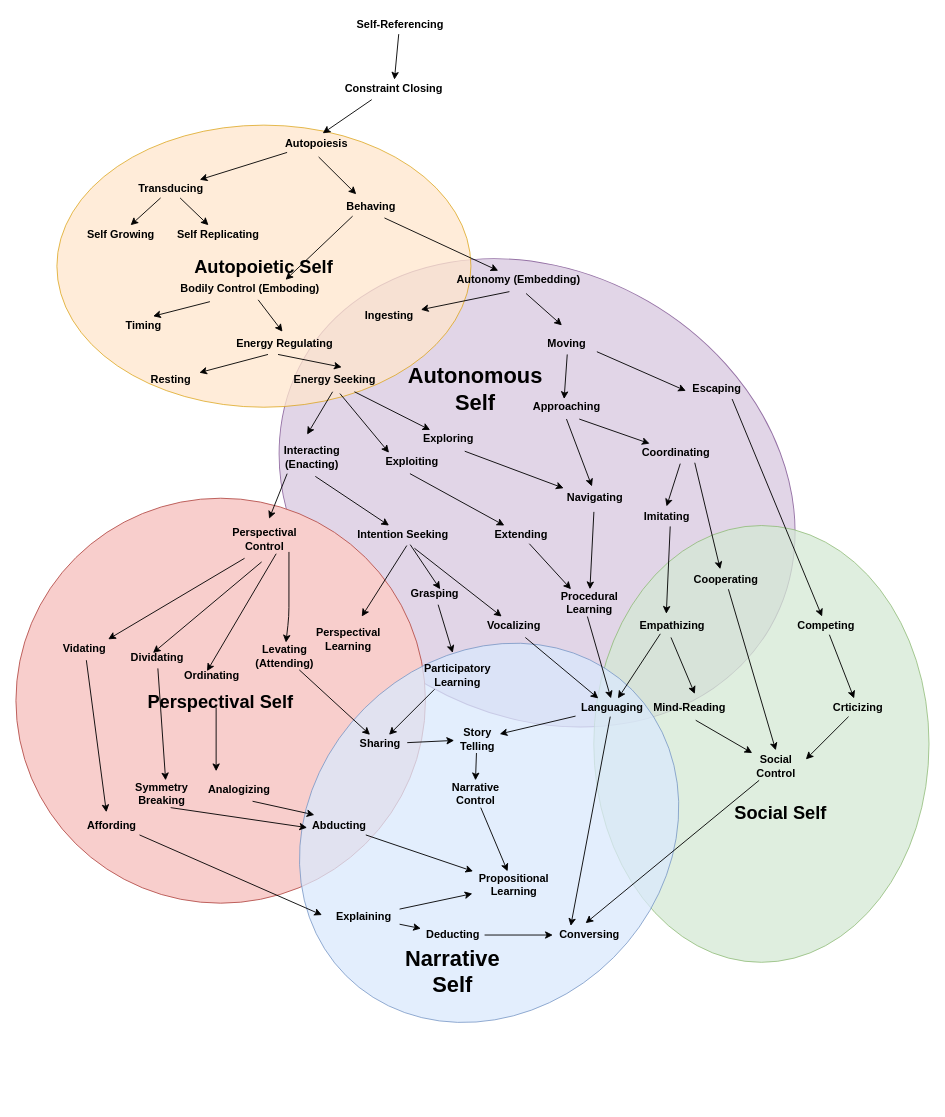
The draw.io diagram autopoiesis_evolution.drawio in codeaudit/1, before the edit. Source tidied: cells renumbered, new cells numbered last; positions are measured from the earlier drawing's top-left corner, leaving out a move shared by most shapes. Both pictures are drawn from the tidied source at 91%, with x=0, y=0 at pixel (15, 15).
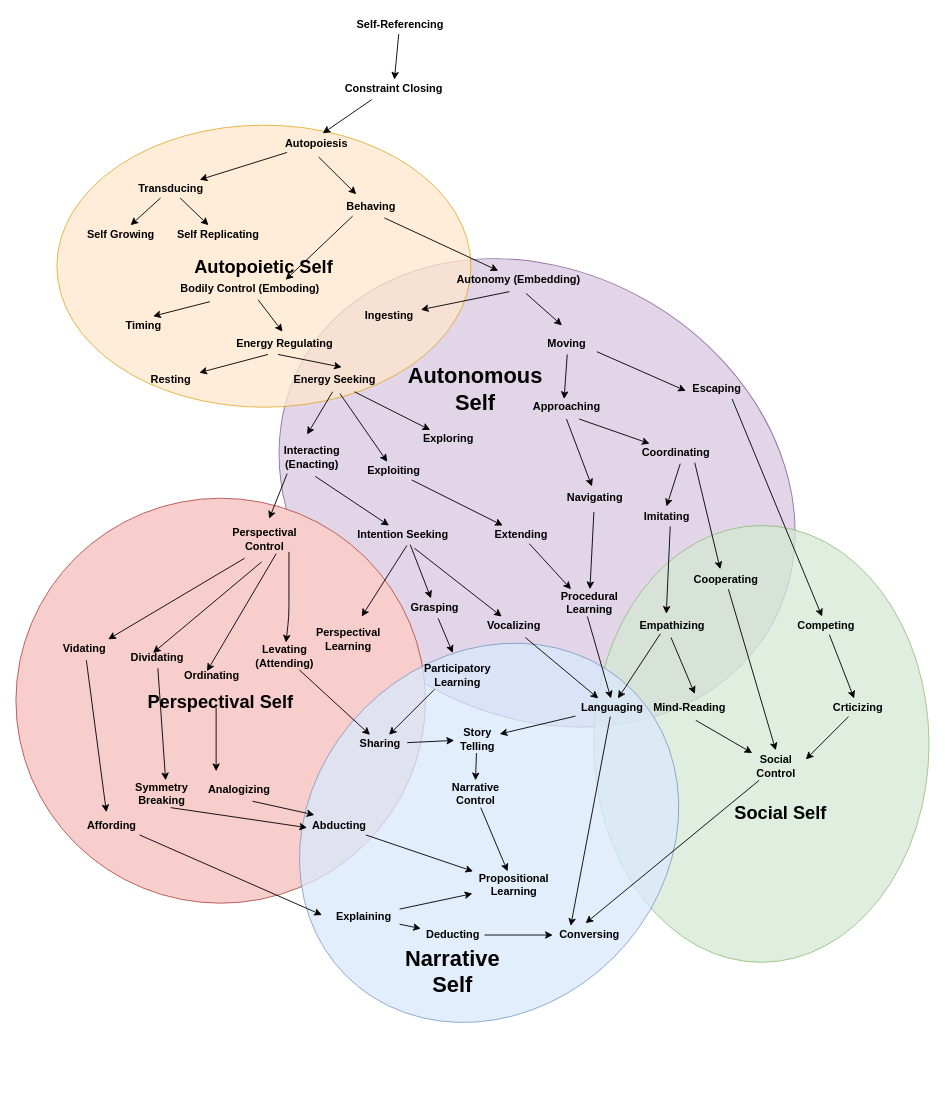
Above is the later version.

The change refers to these unchanged cells:
```xml
<mxCell id="15" value="Exploring" style="text;html=1;align=center;verticalAlign=middle;points=[];fontStyle=1;" parent="1" vertex="1">
  <mxGeometry x="440" y="455" width="70" height="20" as="geometry" />
</mxCell>
<mxCell id="20" value="Energy Seeking" style="text;html=1;align=center;verticalAlign=middle;points=[];fontStyle=1;" parent="1" vertex="1">
  <mxGeometry x="295" y="390" width="110" height="20" as="geometry" />
</mxCell>
<mxCell id="26" value="Intention Seeking" style="text;html=1;align=center;verticalAlign=middle;points=[];fontStyle=1;" parent="1" vertex="1">
  <mxGeometry x="365" y="560" width="120" height="20" as="geometry" />
</mxCell>
<mxCell id="42" value="Navigating" style="text;html=1;align=center;verticalAlign=middle;points=[];fontStyle=1;" parent="1" vertex="1">
  <mxGeometry x="596.1" y="520" width="80" height="20" as="geometry" />
</mxCell>
<mxCell id="120" value="Extending" style="text;html=1;align=center;verticalAlign=middle;points=[];fontStyle=1;" parent="1" vertex="1">
  <mxGeometry x="520" y="560" width="70" height="20" as="geometry" />
</mxCell>
```

Diff of the diagram source:
```diff
@@
     <mxCell id="14" value="Exploiting" style="text;html=1;align=center;verticalAlign=middle;points=[];fontStyle=1;" parent="1" vertex="1">
-      <mxGeometry x="400.3" y="480" width="70" height="20" as="geometry" />
+      <mxGeometry x="380" y="490" width="70" height="20" as="geometry" />
     </mxCell>
@@
     <mxCell id="43" value="Grasping" style="text;html=1;align=center;verticalAlign=middle;points=[];fontStyle=1;" parent="1" vertex="1">
-      <mxGeometry x="425" y="625" width="70" height="20" as="geometry" />
+      <mxGeometry x="425" y="640" width="70" height="20" as="geometry" />
     </mxCell>
@@
-    <mxCell id="63" style="endArrow=classic;html=1;exitX=0.555;exitY=1.25;exitDx=0;exitDy=0;exitPerimeter=0;startArrow=none;startFill=0;endFill=1;" parent="1" edge="1" source="20">
-      <mxGeometry relative="1" as="geometry">
-        <mxPoint x="410" y="480" as="targetPoint" />
-      </mxGeometry>
+    <mxCell id="63" style="endArrow=classic;html=1;exitX=0.555;exitY=1.25;exitDx=0;exitDy=0;exitPerimeter=0;startArrow=none;startFill=0;endFill=1;" parent="1" edge="1" source="20" target="14">
+      <mxGeometry relative="1" as="geometry" />
     </mxCell>
@@
-    <mxCell id="67" style="endArrow=none;html=1;entryX=0.569;entryY=1.05;entryDx=0;entryDy=0;entryPerimeter=0;startArrow=classic;startFill=1;" parent="1" edge="1" target="26">
-      <mxGeometry relative="1" as="geometry">
-        <mxPoint x="466.2" y="630" as="sourcePoint" />
-      </mxGeometry>
+    <mxCell id="67" style="endArrow=none;html=1;entryX=0.569;entryY=1.05;entryDx=0;entryDy=0;entryPerimeter=0;startArrow=classic;startFill=1;" parent="1" edge="1" source="43" target="26">
+      <mxGeometry relative="1" as="geometry" />
     </mxCell>
@@
-    <mxCell id="83" style="endArrow=none;html=1;entryX=0.76;entryY=1.167;entryDx=0;entryDy=0;entryPerimeter=0;exitX=0.073;exitY=-0.05;exitDx=0;exitDy=0;exitPerimeter=0;startArrow=classic;startFill=1;" parent="1" edge="1" source="42" target="15">
-      <mxGeometry relative="1" as="geometry" />
-    </mxCell>
@@
-    <mxCell id="121" style="endArrow=classic;html=1;exitX=0.467;exitY=1.15;exitDx=0;exitDy=0;exitPerimeter=0;" parent="1" edge="1" source="14" target="120">
+    <mxCell id="121" style="endArrow=classic;html=1;" parent="1" edge="1" source="14" target="120">
       <mxGeometry relative="1" as="geometry" />
     </mxCell>
```
